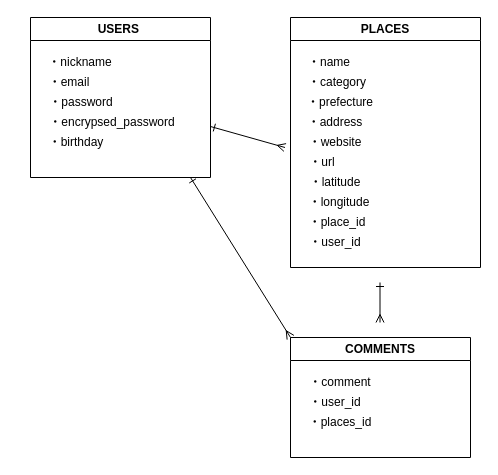
The draw.io diagram mu5.dio in ayako-k2/mu5, before the edit. Source tidied: cells renumbered, new cells numbered last; positions are measured from the earlier drawing's top-left corner, leaving out a move shared by most shapes. Both pictures are drawn from the tidied source at 100%, with x=0, y=0 at pixel (19, 17).
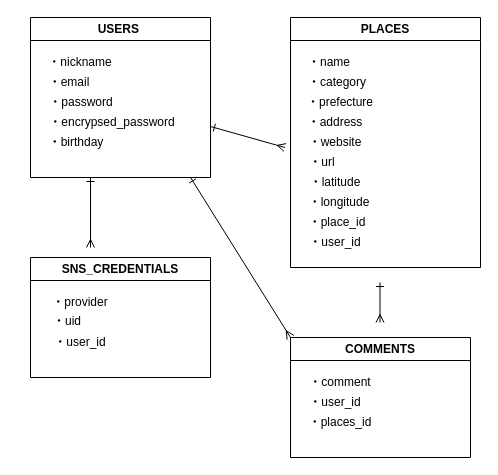
The same page after the edit.

What changed in the source:
```diff
@@
+    <mxCell id="26" value="SNS_CREDENTIALS" style="swimlane;whiteSpace=wrap;html=1;" parent="1" vertex="1">
+      <mxGeometry x="11" y="240" width="180" height="120" as="geometry" />
+    </mxCell>
+    <mxCell id="27" value="・provider" style="text;html=1;strokeColor=none;fillColor=none;align=center;verticalAlign=middle;whiteSpace=wrap;rounded=0;" parent="26" vertex="1">
+      <mxGeometry y="30" width="100" height="30" as="geometry" />
+    </mxCell>
+    <mxCell id="28" value="・uid" style="text;html=1;strokeColor=none;fillColor=none;align=center;verticalAlign=middle;whiteSpace=wrap;rounded=0;" parent="26" vertex="1">
+      <mxGeometry x="-13" y="49" width="100" height="30" as="geometry" />
+    </mxCell>
+    <mxCell id="29" value="・user_id" style="text;html=1;strokeColor=none;fillColor=none;align=center;verticalAlign=middle;whiteSpace=wrap;rounded=0;" parent="26" vertex="1">
+      <mxGeometry y="70" width="100" height="30" as="geometry" />
+    </mxCell>
+    <mxCell id="30" style="endArrow=ERmany;html=1;endFill=0;startArrow=ERone;startFill=0;" parent="1" edge="1">
+      <mxGeometry relative="1" as="geometry">
+        <mxPoint x="71" y="160" as="sourcePoint" />
+        <mxPoint x="71" y="230" as="targetPoint" />
+      </mxGeometry>
+    </mxCell>
```
